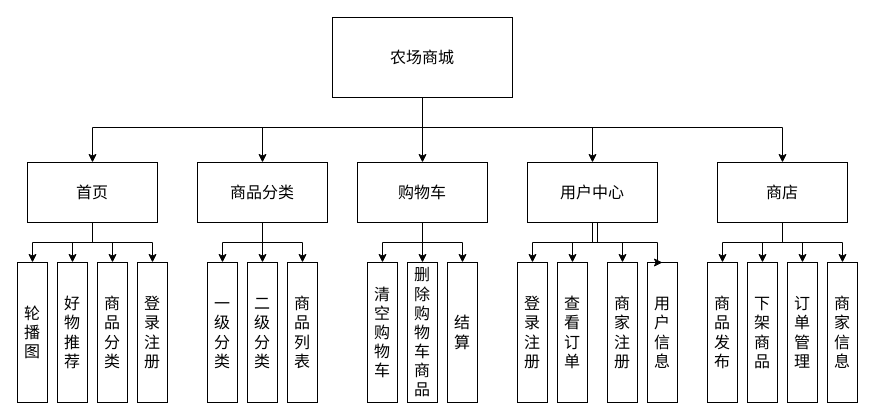
simidan/- keeps this draw.io diagram as 模块图/商城模块.drawio. Above is the earlier version. Source tidied: cells renumbered, new cells numbered last; positions are measured from the earlier drawing's top-left corner, leaving out a move shared by most shapes. Both pictures are drawn from the tidied source at 100%, with x=0, y=0 at pixel (17, 17).
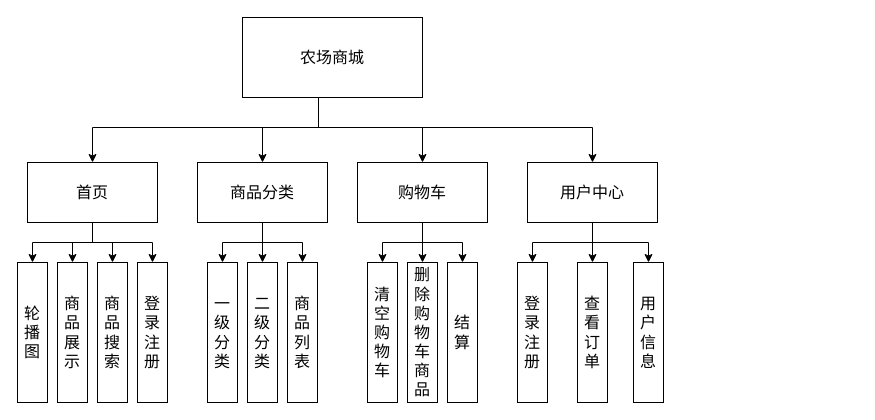
Above is the later version.

Unchanged cells that the change refers to:
```xml
<mxCell id="8" style="group;" parent="1" vertex="1">
  <mxGeometry x="500" y="145" width="160" height="240" as="geometry" />
</mxCell>
<mxCell id="9" value="用户中心" style="rounded=0;whiteSpace=wrap;html=1;fontSize=16;" parent="8" vertex="1">
  <mxGeometry x="10" width="130" height="60" as="geometry" />
</mxCell>
<mxCell id="29" value="购物车" style="rounded=0;whiteSpace=wrap;html=1;fontSize=16;" parent="28" vertex="1">
  <mxGeometry width="130" height="60" as="geometry" />
</mxCell>
<mxCell id="37" value="商品分类" style="rounded=0;whiteSpace=wrap;html=1;fontSize=16;" parent="36" vertex="1">
  <mxGeometry width="130" height="60" as="geometry" />
</mxCell>
<mxCell id="44" style="group;" parent="1" vertex="1">
  <mxGeometry y="145" width="150" height="240" as="geometry" />
</mxCell>
<mxCell id="45" value="&lt;font style=&quot;font-size: 16px;&quot;&gt;首页&lt;/font&gt;" style="rounded=0;whiteSpace=wrap;html=1;" parent="44" vertex="1">
  <mxGeometry x="10" width="130" height="60" as="geometry" />
</mxCell>
```

Change to the diagram source:
```diff
@@
     <mxCell id="2" style="edgeStyle=orthogonalEdgeStyle;rounded=0;jettySize=auto;html=1;" parent="1" edge="1" source="7" target="29">
-      <mxGeometry relative="1" as="geometry" />
+      <mxGeometry relative="1" as="geometry">
+        <Array as="points">
+          <mxPoint x="301" y="110" />
+          <mxPoint x="405" y="110" />
+        </Array>
+      </mxGeometry>
     </mxCell>
     <mxCell id="3" style="edgeStyle=orthogonalEdgeStyle;rounded=0;jettySize=auto;html=1;entryX=0.5;entryY=0;entryDx=0;entryDy=0;" parent="1" edge="1" source="7" target="37">
       <mxGeometry relative="1" as="geometry">
         <Array as="points">
-          <mxPoint x="405" y="110" />
+          <mxPoint x="301" y="110" />
           <mxPoint x="245" y="110" />
         </Array>
       </mxGeometry>
     </mxCell>
     <mxCell id="4" style="edgeStyle=orthogonalEdgeStyle;rounded=0;jettySize=auto;html=1;entryX=0.5;entryY=0;entryDx=0;entryDy=0;" parent="1" edge="1" source="7" target="9">
       <mxGeometry relative="1" as="geometry">
         <Array as="points">
-          <mxPoint x="405" y="110" />
+          <mxPoint x="301" y="110" />
           <mxPoint x="575" y="110" />
         </Array>
       </mxGeometry>
     </mxCell>
-    <mxCell id="5" style="edgeStyle=orthogonalEdgeStyle;rounded=0;jettySize=auto;html=1;" parent="1" edge="1" source="7" target="21">
-      <mxGeometry relative="1" as="geometry">
-        <Array as="points">
-          <mxPoint x="405" y="110" />
-          <mxPoint x="765" y="110" />
-        </Array>
-      </mxGeometry>
-    </mxCell>
     <mxCell id="6" style="edgeStyle=orthogonalEdgeStyle;rounded=0;jettySize=auto;html=1;entryX=0.5;entryY=0;entryDx=0;entryDy=0;" parent="1" edge="1" source="7" target="45">
       <mxGeometry relative="1" as="geometry">
         <Array as="points">
-          <mxPoint x="405" y="110" />
+          <mxPoint x="301" y="110" />
           <mxPoint x="75" y="110" />
         </Array>
       </mxGeometry>
     </mxCell>
     <mxCell id="7" value="&lt;font style=&quot;font-size: 16px;&quot;&gt;农场商城&lt;/font&gt;" style="rounded=0;whiteSpace=wrap;html=1;" parent="1" vertex="1">
-      <mxGeometry x="315" width="180" height="80" as="geometry" />
+      <mxGeometry x="225" width="180" height="80" as="geometry" />
     </mxCell>
@@
     <mxCell id="10" value="查看订单" style="rounded=0;horizontal=1;html=1;whiteSpace=wrap;fontSize=16;flipH=0;" parent="8" vertex="1">
-      <mxGeometry x="40" y="100" width="30" height="140" as="geometry" />
+      <mxGeometry x="60" y="100" width="30" height="140" as="geometry" />
     </mxCell>
@@
-    <mxCell id="12" value="商家注册" style="rounded=0;horizontal=1;html=1;whiteSpace=wrap;fontSize=16;flipH=0;" parent="8" vertex="1">
-      <mxGeometry x="90" y="100" width="30" height="140" as="geometry" />
-    </mxCell>
-    <mxCell id="13" style="edgeStyle=orthogonalEdgeStyle;rounded=0;jettySize=auto;html=1;entryX=0.5;entryY=0;entryDx=0;entryDy=0;" parent="8" edge="1" source="9" target="12">
-      <mxGeometry relative="1" as="geometry" />
-    </mxCell>
@@
     <mxCell id="16" value="用户信息" style="rounded=0;horizontal=1;html=1;whiteSpace=wrap;fontSize=16;flipH=0;" parent="8" vertex="1">
-      <mxGeometry x="130" y="100" width="30" height="140" as="geometry" />
+      <mxGeometry x="116" y="100" width="30" height="140" as="geometry" />
     </mxCell>
     <mxCell id="17" style="edgeStyle=orthogonalEdgeStyle;rounded=0;jettySize=auto;html=1;entryX=0.5;entryY=0;entryDx=0;entryDy=0;" parent="8" edge="1" source="9" target="16">
       <mxGeometry relative="1" as="geometry">
         <Array as="points">
-          <mxPoint x="80" y="80" />
-          <mxPoint x="140" y="80" />
+          <mxPoint x="75" y="80" />
+          <mxPoint x="131" y="80" />
         </Array>
       </mxGeometry>
     </mxCell>
-    <mxCell id="18" style="group;" parent="1" vertex="1">
-      <mxGeometry x="690" y="145" width="150" height="240" as="geometry" />
-    </mxCell>
-    <mxCell id="19" value="商品发布" style="rounded=0;horizontal=1;html=1;whiteSpace=wrap;fontSize=16;" parent="18" vertex="1">
-      <mxGeometry y="100" width="30" height="140" as="geometry" />
-    </mxCell>
-    <mxCell id="20" style="edgeStyle=orthogonalEdgeStyle;rounded=0;jettySize=auto;html=1;entryX=0.5;entryY=0;entryDx=0;entryDy=0;" parent="18" edge="1" source="21" target="19">
-      <mxGeometry relative="1" as="geometry" />
-    </mxCell>
-    <mxCell id="21" value="商店" style="rounded=0;whiteSpace=wrap;html=1;fontSize=16;" parent="18" vertex="1">
-      <mxGeometry x="10" width="130" height="60" as="geometry" />
-    </mxCell>
-    <mxCell id="22" value="下架商品" style="rounded=0;horizontal=1;html=1;whiteSpace=wrap;fontSize=16;" parent="18" vertex="1">
-      <mxGeometry x="40" y="100" width="30" height="140" as="geometry" />
-    </mxCell>
-    <mxCell id="23" style="edgeStyle=orthogonalEdgeStyle;rounded=0;jettySize=auto;html=1;" parent="18" edge="1" source="21" target="22">
-      <mxGeometry relative="1" as="geometry" />
-    </mxCell>
-    <mxCell id="24" value="订单管理" style="rounded=0;horizontal=1;html=1;whiteSpace=wrap;fontSize=16;" parent="18" vertex="1">
-      <mxGeometry x="80" y="100" width="30" height="140" as="geometry" />
-    </mxCell>
-    <mxCell id="25" style="edgeStyle=orthogonalEdgeStyle;rounded=0;jettySize=auto;html=1;entryX=0.5;entryY=0;entryDx=0;entryDy=0;" parent="18" edge="1" source="21" target="24">
-      <mxGeometry relative="1" as="geometry" />
-    </mxCell>
-    <mxCell id="26" value="商家信息" style="rounded=0;horizontal=1;html=1;whiteSpace=wrap;fontSize=16;" parent="18" vertex="1">
-      <mxGeometry x="120" y="100" width="30" height="140" as="geometry" />
-    </mxCell>
-    <mxCell id="27" style="edgeStyle=orthogonalEdgeStyle;rounded=0;jettySize=auto;html=1;entryX=0.5;entryY=0;entryDx=0;entryDy=0;" parent="18" edge="1" source="21" target="26">
-      <mxGeometry relative="1" as="geometry" />
-    </mxCell>
@@
-    <mxCell id="48" value="好物推荐" style="rounded=0;horizontal=1;html=1;whiteSpace=wrap;fontSize=16;" parent="44" vertex="1">
+    <mxCell id="48" value="商品展示" style="rounded=0;horizontal=1;html=1;whiteSpace=wrap;fontSize=16;" parent="44" vertex="1">
       <mxGeometry x="40" y="100" width="30" height="140" as="geometry" />
     </mxCell>
@@
-    <mxCell id="50" value="商品分类" style="rounded=0;horizontal=1;html=1;whiteSpace=wrap;fontSize=16;" parent="44" vertex="1">
+    <mxCell id="50" value="商品搜索" style="rounded=0;horizontal=1;html=1;whiteSpace=wrap;fontSize=16;" parent="44" vertex="1">
       <mxGeometry x="80" y="100" width="30" height="140" as="geometry" />
     </mxCell>
```
